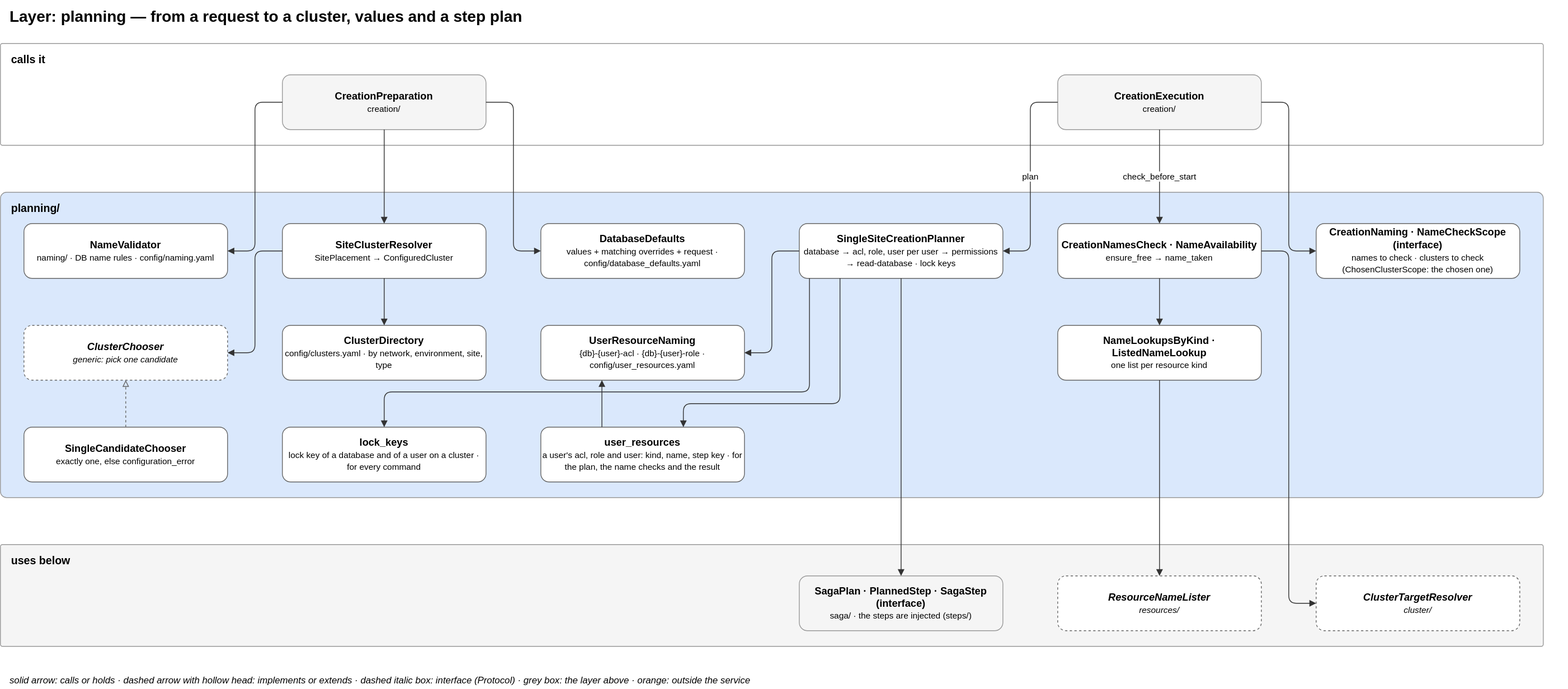
This is docs/diagrams/05-layer-planning.drawio.svg from EliShteinman/redis-enterprise-services, a draw.io export, as it was before one commit. Source tidied: cells renumbered, new cells last; positions are measured from the earlier drawing's top-left corner, leaving out a move shared by most shapes. Source of this version:
```xml
<mxGraphModel>
  <root>
    <mxCell id="0" />
    <mxCell id="1" parent="0" />
    <mxCell id="2" value="&lt;b&gt;Layer: planning — from a request to a cluster, values and a step plan&lt;/b&gt;" style="text;html=1;fontSize=20;align=left;verticalAlign=middle;" parent="1" vertex="1">
      <mxGeometry x="10" width="1990" height="40" as="geometry" />
    </mxCell>
    <mxCell id="3" value="&lt;b&gt;calls it&lt;/b&gt;" style="rounded=1;arcSize=2;fillColor=#ffffff;strokeColor=#999999;verticalAlign=top;align=left;spacingLeft=12;spacingTop=6;html=1;fontSize=14;" parent="1" vertex="1">
      <mxGeometry y="55" width="1970" height="130" as="geometry" />
    </mxCell>
    <mxCell id="4" value="&lt;b&gt;CreationPreparation&lt;/b&gt;&lt;br&gt;&lt;font style='font-size:11px'&gt;creation/&lt;/font&gt;" style="rounded=1;whiteSpace=wrap;html=1;fillColor=#f5f5f5;strokeColor=#999999;fontSize=13;" parent="1" vertex="1">
      <mxGeometry x="360" y="95" width="260" height="70" as="geometry" />
    </mxCell>
    <mxCell id="5" value="&lt;b&gt;CreationExecution&lt;/b&gt;&lt;br&gt;&lt;font style='font-size:11px'&gt;creation/&lt;/font&gt;" style="rounded=1;whiteSpace=wrap;html=1;fillColor=#f5f5f5;strokeColor=#999999;fontSize=13;" parent="1" vertex="1">
      <mxGeometry x="1350" y="95" width="260" height="70" as="geometry" />
    </mxCell>
    <mxCell id="6" value="&lt;b&gt;planning/&lt;/b&gt;" style="rounded=1;arcSize=2;fillColor=#dae8fc;strokeColor=#999999;verticalAlign=top;align=left;spacingLeft=12;spacingTop=6;html=1;fontSize=14;" parent="1" vertex="1">
      <mxGeometry y="245" width="1970" height="390" as="geometry" />
    </mxCell>
    <mxCell id="7" value="&lt;b&gt;NameValidator&lt;/b&gt;&lt;br&gt;&lt;font style='font-size:11px'&gt;naming/ · DB name rules · config/naming.yaml&lt;/font&gt;" style="rounded=1;whiteSpace=wrap;html=1;fillColor=#ffffff;strokeColor=#666666;fontSize=13;" parent="1" vertex="1">
      <mxGeometry x="30" y="285" width="260" height="70" as="geometry" />
    </mxCell>
    <mxCell id="8" value="&lt;b&gt;SiteClusterResolver&lt;/b&gt;&lt;br&gt;&lt;font style='font-size:11px'&gt;SitePlacement → ConfiguredCluster&lt;/font&gt;" style="rounded=1;whiteSpace=wrap;html=1;fillColor=#ffffff;strokeColor=#666666;fontSize=13;" parent="1" vertex="1">
      <mxGeometry x="360" y="285" width="260" height="70" as="geometry" />
    </mxCell>
    <mxCell id="9" value="&lt;b&gt;DatabaseDefaults&lt;/b&gt;&lt;br&gt;&lt;font style='font-size:11px'&gt;values + matching overrides + request · config/database_defaults.yaml&lt;/font&gt;" style="rounded=1;whiteSpace=wrap;html=1;fillColor=#ffffff;strokeColor=#666666;fontSize=13;" parent="1" vertex="1">
      <mxGeometry x="690" y="285" width="260" height="70" as="geometry" />
    </mxCell>
    <mxCell id="10" value="&lt;b&gt;SingleSiteCreationPlanner&lt;/b&gt;&lt;br&gt;&lt;font style='font-size:11px'&gt;database → acl, role, user per user → permissions → read-database · lock keys&lt;/font&gt;" style="rounded=1;whiteSpace=wrap;html=1;fillColor=#ffffff;strokeColor=#666666;fontSize=13;" parent="1" vertex="1">
      <mxGeometry x="1020" y="285" width="260" height="70" as="geometry" />
    </mxCell>
    <mxCell id="11" value="&lt;b&gt;CreationNamesCheck · NameAvailability&lt;/b&gt;&lt;br&gt;&lt;font style='font-size:11px'&gt;ensure_free → name_taken&lt;/font&gt;" style="rounded=1;whiteSpace=wrap;html=1;fillColor=#ffffff;strokeColor=#666666;fontSize=13;" parent="1" vertex="1">
      <mxGeometry x="1350" y="285" width="260" height="70" as="geometry" />
    </mxCell>
    <mxCell id="12" value="&lt;b&gt;CreationNaming · NameCheckScope (interface)&lt;/b&gt;&lt;br&gt;&lt;font style='font-size:11px'&gt;names to check · clusters to check (ChosenClusterScope: the chosen one)&lt;/font&gt;" style="rounded=1;whiteSpace=wrap;html=1;fillColor=#ffffff;strokeColor=#666666;fontSize=13;" parent="1" vertex="1">
      <mxGeometry x="1680" y="285" width="260" height="70" as="geometry" />
    </mxCell>
    <mxCell id="13" value="&lt;b&gt;ClusterChooser&lt;/b&gt;&lt;br&gt;&lt;font style='font-size:11px'&gt;generic: pick one candidate&lt;/font&gt;" style="rounded=1;whiteSpace=wrap;html=1;fillColor=#ffffff;strokeColor=#666666;fontSize=13;dashed=1;fontStyle=2;" parent="1" vertex="1">
      <mxGeometry x="30" y="415" width="260" height="70" as="geometry" />
    </mxCell>
    <mxCell id="14" value="&lt;b&gt;ClusterDirectory&lt;/b&gt;&lt;br&gt;&lt;font style='font-size:11px'&gt;config/clusters.yaml · by network, environment, site, type&lt;/font&gt;" style="rounded=1;whiteSpace=wrap;html=1;fillColor=#ffffff;strokeColor=#666666;fontSize=13;" parent="1" vertex="1">
      <mxGeometry x="360" y="415" width="260" height="70" as="geometry" />
    </mxCell>
    <mxCell id="15" value="&lt;b&gt;UserResourceNaming&lt;/b&gt;&lt;br&gt;&lt;font style='font-size:11px'&gt;{db}-{user}-acl · {db}-{user}-role · config/user_resources.yaml&lt;/font&gt;" style="rounded=1;whiteSpace=wrap;html=1;fillColor=#ffffff;strokeColor=#666666;fontSize=13;" parent="1" vertex="1">
      <mxGeometry x="690" y="415" width="260" height="70" as="geometry" />
    </mxCell>
    <mxCell id="16" value="&lt;b&gt;NameLookupsByKind · ListedNameLookup&lt;/b&gt;&lt;br&gt;&lt;font style='font-size:11px'&gt;one list per resource kind&lt;/font&gt;" style="rounded=1;whiteSpace=wrap;html=1;fillColor=#ffffff;strokeColor=#666666;fontSize=13;" parent="1" vertex="1">
      <mxGeometry x="1350" y="415" width="260" height="70" as="geometry" />
    </mxCell>
    <mxCell id="17" value="&lt;b&gt;SingleCandidateChooser&lt;/b&gt;&lt;br&gt;&lt;font style='font-size:11px'&gt;exactly one, else configuration_error&lt;/font&gt;" style="rounded=1;whiteSpace=wrap;html=1;fillColor=#ffffff;strokeColor=#666666;fontSize=13;" parent="1" vertex="1">
      <mxGeometry x="30" y="545" width="260" height="70" as="geometry" />
    </mxCell>
    <mxCell id="18" value="&lt;b&gt;uses below&lt;/b&gt;" style="rounded=1;arcSize=2;fillColor=#f5f5f5;strokeColor=#999999;verticalAlign=top;align=left;spacingLeft=12;spacingTop=6;html=1;fontSize=14;" parent="1" vertex="1">
      <mxGeometry y="695" width="1970" height="130" as="geometry" />
    </mxCell>
    <mxCell id="19" value="&lt;b&gt;SagaPlan · PlannedStep · SagaStep (interface)&lt;/b&gt;&lt;br&gt;&lt;font style='font-size:11px'&gt;saga/ · the steps are injected (steps/)&lt;/font&gt;" style="rounded=1;whiteSpace=wrap;html=1;fillColor=#f5f5f5;strokeColor=#999999;fontSize=13;" parent="1" vertex="1">
      <mxGeometry x="1020" y="735" width="260" height="70" as="geometry" />
    </mxCell>
    <mxCell id="20" value="&lt;b&gt;ResourceNameLister&lt;/b&gt;&lt;br&gt;&lt;font style='font-size:11px'&gt;resources/&lt;/font&gt;" style="rounded=1;whiteSpace=wrap;html=1;fillColor=#ffffff;strokeColor=#666666;fontSize=13;dashed=1;fontStyle=2;" parent="1" vertex="1">
      <mxGeometry x="1350" y="735" width="260" height="70" as="geometry" />
    </mxCell>
    <mxCell id="21" value="&lt;b&gt;ClusterTargetResolver&lt;/b&gt;&lt;br&gt;&lt;font style='font-size:11px'&gt;cluster/&lt;/font&gt;" style="rounded=1;whiteSpace=wrap;html=1;fillColor=#ffffff;strokeColor=#666666;fontSize=13;dashed=1;fontStyle=2;" parent="1" vertex="1">
      <mxGeometry x="1680" y="735" width="260" height="70" as="geometry" />
    </mxCell>
    <mxCell id="22" style="edgeStyle=orthogonalEdgeStyle;rounded=1;html=1;fontSize=11;labelBackgroundColor=#ffffff;exitX=0;exitY=0.5;entryX=1;entryY=0.5;endArrow=block;strokeColor=#333333;" parent="1" edge="1" source="4" target="7">
      <mxGeometry relative="1" as="geometry" />
    </mxCell>
    <mxCell id="23" style="edgeStyle=orthogonalEdgeStyle;rounded=1;html=1;fontSize=11;labelBackgroundColor=#ffffff;exitX=0.5;exitY=1;entryX=0.5;entryY=0;endArrow=block;strokeColor=#333333;" parent="1" edge="1" source="4" target="8">
      <mxGeometry relative="1" as="geometry" />
    </mxCell>
    <mxCell id="24" style="edgeStyle=orthogonalEdgeStyle;rounded=1;html=1;fontSize=11;labelBackgroundColor=#ffffff;exitX=1;exitY=0.5;entryX=0;entryY=0.5;endArrow=block;strokeColor=#333333;" parent="1" edge="1" source="4" target="9">
      <mxGeometry relative="1" as="geometry" />
    </mxCell>
    <mxCell id="25" value="plan" style="edgeStyle=orthogonalEdgeStyle;rounded=1;html=1;fontSize=11;labelBackgroundColor=#ffffff;exitX=0;exitY=0.5;entryX=1;entryY=0.5;endArrow=block;strokeColor=#333333;" parent="1" edge="1" source="5" target="10">
      <mxGeometry relative="1" as="geometry" />
    </mxCell>
    <mxCell id="26" value="check_before_start" style="edgeStyle=orthogonalEdgeStyle;rounded=1;html=1;fontSize=11;labelBackgroundColor=#ffffff;exitX=0.5;exitY=1;entryX=0.5;entryY=0;endArrow=block;strokeColor=#333333;" parent="1" edge="1" source="5" target="11">
      <mxGeometry relative="1" as="geometry" />
    </mxCell>
    <mxCell id="27" style="edgeStyle=orthogonalEdgeStyle;rounded=1;html=1;fontSize=11;labelBackgroundColor=#ffffff;exitX=1;exitY=0.5;entryX=0;entryY=0.5;endArrow=block;strokeColor=#333333;" parent="1" edge="1" source="5" target="12">
      <mxGeometry relative="1" as="geometry" />
    </mxCell>
    <mxCell id="28" style="edgeStyle=orthogonalEdgeStyle;rounded=1;html=1;fontSize=11;labelBackgroundColor=#ffffff;exitX=0.5;exitY=1;entryX=0.5;entryY=0;endArrow=block;strokeColor=#333333;" parent="1" edge="1" source="8" target="14">
      <mxGeometry relative="1" as="geometry" />
    </mxCell>
    <mxCell id="29" style="edgeStyle=orthogonalEdgeStyle;rounded=1;html=1;fontSize=11;labelBackgroundColor=#ffffff;exitX=0;exitY=0.5;entryX=1;entryY=0.5;endArrow=block;strokeColor=#333333;" parent="1" edge="1" source="8" target="13">
      <mxGeometry relative="1" as="geometry" />
    </mxCell>
    <mxCell id="30" style="edgeStyle=orthogonalEdgeStyle;rounded=1;html=1;fontSize=11;labelBackgroundColor=#ffffff;exitX=0.5;exitY=0;entryX=0.5;entryY=1;endArrow=block;endFill=0;dashed=1;strokeColor=#666666;" parent="1" edge="1" source="17" target="13">
      <mxGeometry relative="1" as="geometry" />
    </mxCell>
    <mxCell id="31" style="edgeStyle=orthogonalEdgeStyle;rounded=1;html=1;fontSize=11;labelBackgroundColor=#ffffff;exitX=0;exitY=0.5;entryX=1;entryY=0.5;endArrow=block;strokeColor=#333333;" parent="1" edge="1" source="10" target="15">
      <mxGeometry relative="1" as="geometry" />
    </mxCell>
    <mxCell id="32" style="edgeStyle=orthogonalEdgeStyle;rounded=1;html=1;fontSize=11;labelBackgroundColor=#ffffff;exitX=0.5;exitY=1;entryX=0.5;entryY=0;endArrow=block;strokeColor=#333333;" parent="1" edge="1" source="10" target="19">
      <mxGeometry relative="1" as="geometry" />
    </mxCell>
    <mxCell id="33" style="edgeStyle=orthogonalEdgeStyle;rounded=1;html=1;fontSize=11;labelBackgroundColor=#ffffff;exitX=0.5;exitY=1;entryX=0.5;entryY=0;endArrow=block;strokeColor=#333333;" parent="1" edge="1" source="11" target="16">
      <mxGeometry relative="1" as="geometry" />
    </mxCell>
    <mxCell id="34" style="edgeStyle=orthogonalEdgeStyle;rounded=1;html=1;fontSize=11;labelBackgroundColor=#ffffff;exitX=0.5;exitY=1;entryX=0.5;entryY=0;endArrow=block;strokeColor=#333333;" parent="1" edge="1" source="16" target="20">
      <mxGeometry relative="1" as="geometry" />
    </mxCell>
    <mxCell id="35" style="edgeStyle=orthogonalEdgeStyle;rounded=1;html=1;fontSize=11;labelBackgroundColor=#ffffff;exitX=1;exitY=0.5;entryX=0;entryY=0.5;endArrow=block;strokeColor=#333333;" parent="1" edge="1" source="11" target="21">
      <mxGeometry relative="1" as="geometry" />
    </mxCell>
    <mxCell id="36" value="&lt;i&gt;solid arrow: calls or holds · dashed arrow with hollow head: implements or extends · dashed italic box: interface (Protocol) · grey box: the layer above · orange: outside the service&lt;/i&gt;" style="text;html=1;fontSize=12;align=left;" parent="1" vertex="1">
      <mxGeometry x="10" y="855" width="1990" height="24" as="geometry" />
    </mxCell>
    <mxCell id="37" value="&lt;b&gt;user_resources&lt;/b&gt;&lt;br&gt;&lt;font style='font-size:11px'&gt;a user's acl, role and user: kind, name, step key · for the plan, the name checks and the result&lt;/font&gt;" style="rounded=1;whiteSpace=wrap;html=1;fillColor=#ffffff;strokeColor=#666666;fontSize=13;" parent="1" vertex="1">
      <mxGeometry x="690" y="545" width="260" height="70" as="geometry" />
    </mxCell>
    <mxCell id="38" value="&lt;b&gt;lock_keys&lt;/b&gt;&lt;br&gt;&lt;font style='font-size:11px'&gt;lock key of a database and of a user on a cluster · for every command&lt;/font&gt;" style="rounded=1;whiteSpace=wrap;html=1;fillColor=#ffffff;strokeColor=#666666;fontSize=13;" parent="1" vertex="1">
      <mxGeometry x="360" y="545" width="260" height="70" as="geometry" />
    </mxCell>
    <mxCell id="39" style="edgeStyle=orthogonalEdgeStyle;rounded=1;html=1;fontSize=11;labelBackgroundColor=#ffffff;endArrow=block;strokeColor=#333333;exitX=0.2;exitY=1;entryX=0.7;entryY=0;" parent="1" edge="1" source="10" target="37">
      <mxGeometry relative="1" as="geometry">
        <Array as="points">
          <mxPoint x="1072" y="515" />
          <mxPoint x="872" y="515" />
        </Array>
      </mxGeometry>
    </mxCell>
    <mxCell id="40" style="edgeStyle=orthogonalEdgeStyle;rounded=1;html=1;fontSize=11;labelBackgroundColor=#ffffff;endArrow=block;strokeColor=#333333;exitX=0.3;exitY=0;entryX=0.3;entryY=1;" parent="1" edge="1" source="37" target="15">
      <mxGeometry relative="1" as="geometry" />
    </mxCell>
    <mxCell id="41" style="edgeStyle=orthogonalEdgeStyle;rounded=1;html=1;fontSize=11;labelBackgroundColor=#ffffff;endArrow=block;strokeColor=#333333;exitX=0.05;exitY=1;entryX=0.5;entryY=0;" parent="1" edge="1" source="10" target="38">
      <mxGeometry relative="1" as="geometry">
        <Array as="points">
          <mxPoint x="1033" y="500" />
          <mxPoint x="490" y="500" />
        </Array>
      </mxGeometry>
    </mxCell>
  </root>
</mxGraphModel>
```
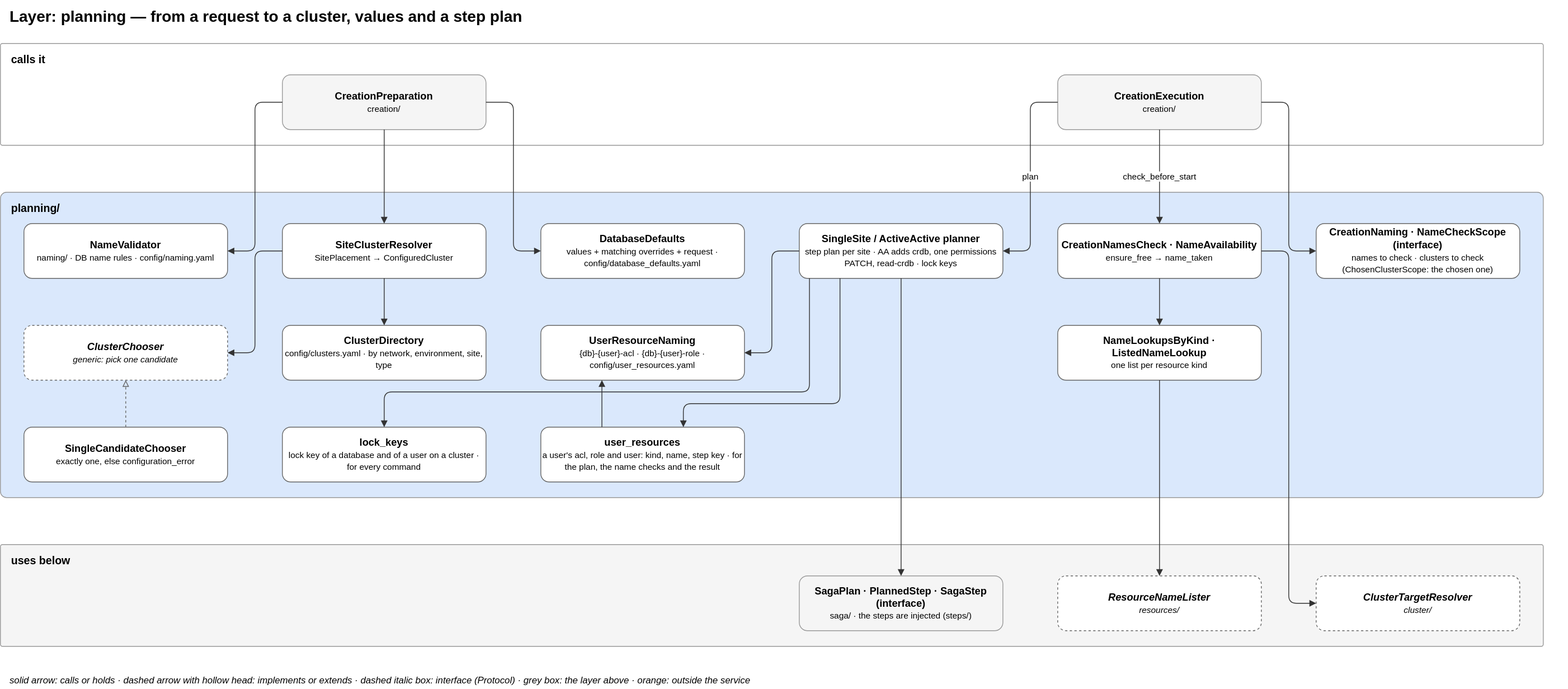
The same diagram one commit later.

Commit message:
docs(diagrams): Active-Active in the API models, preparation, context and layer diagrams

The edit, as a diff of the source:
```diff
@@ -26,7 +26,7 @@
     <mxCell id="9" value="&lt;b&gt;DatabaseDefaults&lt;/b&gt;&lt;br&gt;&lt;font style='font-size:11px'&gt;values + matching overrides + request · config/database_defaults.yaml&lt;/font&gt;" style="rounded=1;whiteSpace=wrap;html=1;fillColor=#ffffff;strokeColor=#666666;fontSize=13;" parent="1" vertex="1">
       <mxGeometry x="690" y="285" width="260" height="70" as="geometry" />
     </mxCell>
-    <mxCell id="10" value="&lt;b&gt;SingleSiteCreationPlanner&lt;/b&gt;&lt;br&gt;&lt;font style='font-size:11px'&gt;database → acl, role, user per user → permissions → read-database · lock keys&lt;/font&gt;" style="rounded=1;whiteSpace=wrap;html=1;fillColor=#ffffff;strokeColor=#666666;fontSize=13;" parent="1" vertex="1">
+    <mxCell id="10" value="&lt;b&gt;SingleSite / ActiveActive planner&lt;/b&gt;&lt;br&gt;&lt;font style='font-size:11px'&gt;step plan per site · AA adds crdb, one permissions PATCH, read-crdb · lock keys&lt;/font&gt;" style="rounded=1;whiteSpace=wrap;html=1;fillColor=#ffffff;strokeColor=#666666;fontSize=13;" parent="1" vertex="1">
       <mxGeometry x="1020" y="285" width="260" height="70" as="geometry" />
     </mxCell>
     <mxCell id="11" value="&lt;b&gt;CreationNamesCheck · NameAvailability&lt;/b&gt;&lt;br&gt;&lt;font style='font-size:11px'&gt;ensure_free → name_taken&lt;/font&gt;" style="rounded=1;whiteSpace=wrap;html=1;fillColor=#ffffff;strokeColor=#666666;fontSize=13;" parent="1" vertex="1">
```
